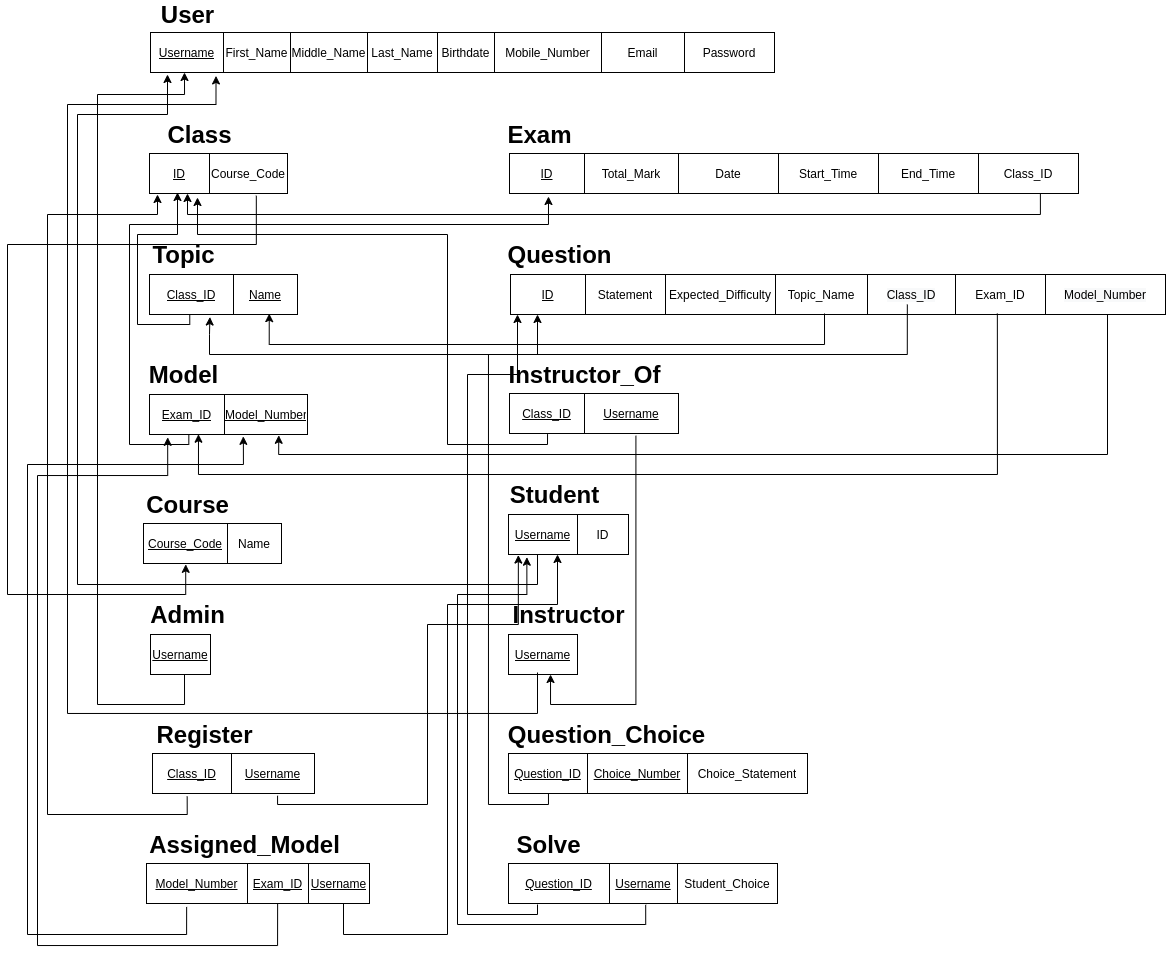
aymanred121/Examination-Management-System keeps this draw.io diagram as Database Design/schema.png. Above is the earlier version. Source tidied: cells renumbered, new cells last; positions are measured from the earlier drawing's top-left corner, leaving out a move shared by most shapes.
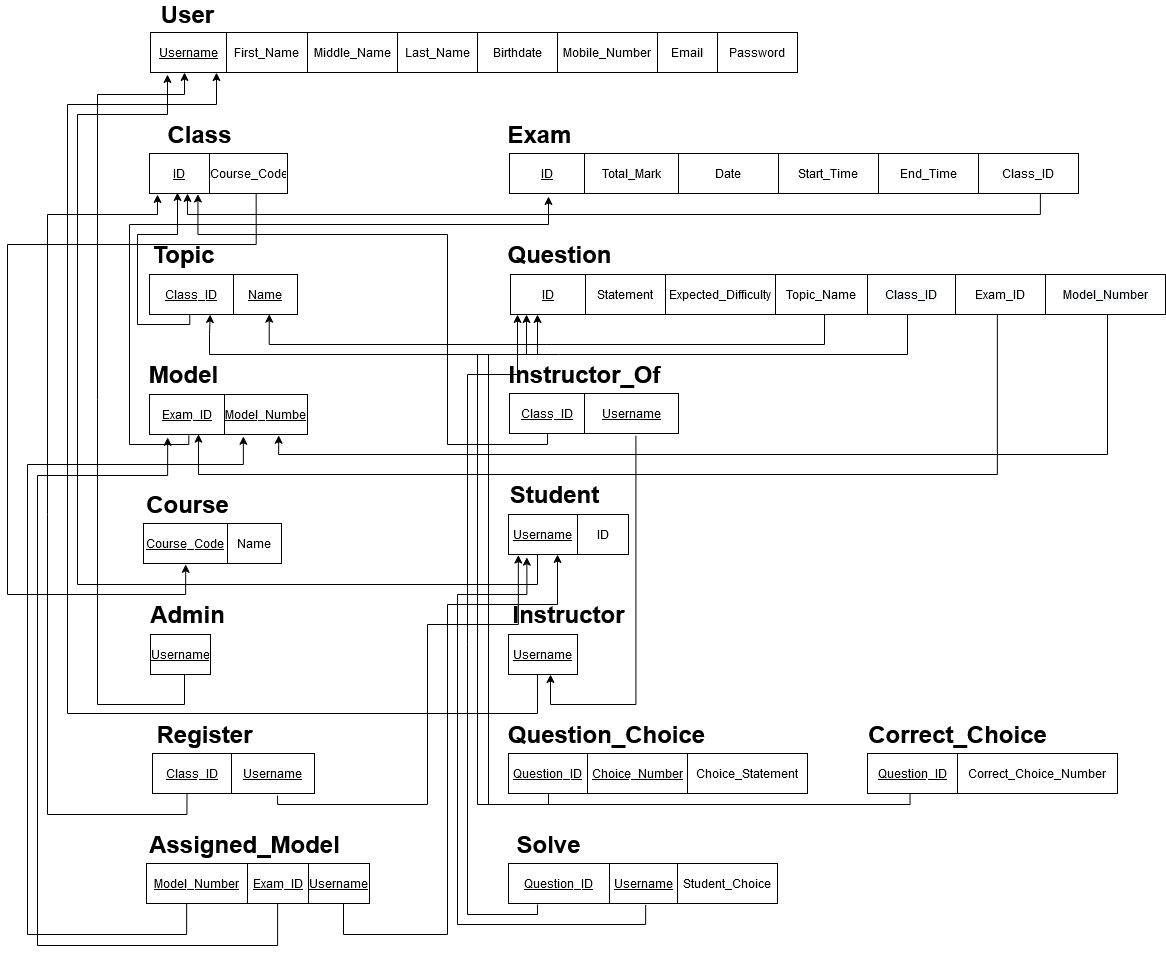
After the commit.

Commit message:
Added correctChoice Table to Schema.png

The edit, as a diff of the source:
```diff
@@ -3,34 +3,34 @@
     <mxCell id="0" />
     <mxCell id="1" parent="0" />
     <mxCell id="2" style="shape=table;html=1;whiteSpace=wrap;startSize=0;" parent="1" vertex="1">
-      <mxGeometry x="143" y="28" width="624" height="40" as="geometry" />
+      <mxGeometry x="143" y="28" width="647" height="40" as="geometry" />
     </mxCell>
     <mxCell id="3" style="shape=partialRectangle;html=1;whiteSpace=wrap;fillColor=none;top=0;left=0;bottom=0;right=0;points=[[0,0.5],[1,0.5]];portConstraint=eastwest;" parent="2" vertex="1">
-      <mxGeometry width="624" height="40" as="geometry" />
+      <mxGeometry width="647" height="40" as="geometry" />
     </mxCell>
     <mxCell id="4" value="&lt;u&gt;Username&lt;/u&gt;" style="shape=partialRectangle;html=1;whiteSpace=wrap;overflow=hidden;fillColor=none;top=0;left=0;bottom=0;right=0;" parent="3" vertex="1">
-      <mxGeometry width="73" height="40" as="geometry" />
+      <mxGeometry width="76" height="40" as="geometry" />
     </mxCell>
     <mxCell id="5" value="First_Name" style="shape=partialRectangle;html=1;whiteSpace=wrap;overflow=hidden;fillColor=none;top=0;left=0;bottom=0;right=0;" parent="3" vertex="1">
-      <mxGeometry x="73" width="67" height="40" as="geometry" />
+      <mxGeometry x="76" width="81" height="40" as="geometry" />
     </mxCell>
     <mxCell id="6" value="Middle_Name" style="shape=partialRectangle;html=1;whiteSpace=wrap;overflow=hidden;fillColor=none;top=0;left=0;bottom=0;right=0;" parent="3" vertex="1">
-      <mxGeometry x="140" width="77" height="40" as="geometry" />
+      <mxGeometry x="157" width="90" height="40" as="geometry" />
     </mxCell>
     <mxCell id="7" value="Last_Name" style="shape=partialRectangle;html=1;whiteSpace=wrap;overflow=hidden;fillColor=none;top=0;left=0;bottom=0;right=0;" parent="3" vertex="1">
-      <mxGeometry x="217" width="70" height="40" as="geometry" />
+      <mxGeometry x="247" width="80" height="40" as="geometry" />
     </mxCell>
     <mxCell id="8" value="Birthdate" style="shape=partialRectangle;html=1;whiteSpace=wrap;overflow=hidden;fillColor=none;top=0;left=0;bottom=0;right=0;" parent="3" vertex="1">
-      <mxGeometry x="287" width="57" height="40" as="geometry" />
+      <mxGeometry x="327" width="80" height="40" as="geometry" />
     </mxCell>
     <mxCell id="9" value="Mobile_Number" style="shape=partialRectangle;html=1;whiteSpace=wrap;overflow=hidden;fillColor=none;top=0;left=0;bottom=0;right=0;" parent="3" vertex="1">
-      <mxGeometry x="344" width="107" height="40" as="geometry" />
+      <mxGeometry x="407" width="100" height="40" as="geometry" />
     </mxCell>
     <mxCell id="10" value="Email" style="shape=partialRectangle;html=1;whiteSpace=wrap;overflow=hidden;fillColor=none;top=0;left=0;bottom=0;right=0;" parent="3" vertex="1">
-      <mxGeometry x="451" width="83" height="40" as="geometry" />
+      <mxGeometry x="507" width="60" height="40" as="geometry" />
     </mxCell>
     <mxCell id="11" value="Password" style="shape=partialRectangle;html=1;whiteSpace=wrap;overflow=hidden;fillColor=none;top=0;left=0;bottom=0;right=0;" parent="3" vertex="1">
-      <mxGeometry x="534" width="90" height="40" as="geometry" />
+      <mxGeometry x="567" width="80" height="40" as="geometry" />
     </mxCell>
     <mxCell id="12" value="&lt;font style=&quot;font-size: 24px&quot;&gt;&lt;b&gt;User&lt;/b&gt;&lt;/font&gt;" style="text;html=1;align=center;verticalAlign=middle;" parent="1" vertex="1">
       <mxGeometry x="145" width="70" height="20" as="geometry" />
@@ -239,18 +239,16 @@
         </Array>
       </mxGeometry>
     </mxCell>
-    <mxCell id="73" style="edgeStyle=orthogonalEdgeStyle;rounded=0;jettySize=auto;html=1;entryX=0.809;entryY=0.978;entryDx=0;entryDy=0;entryPerimeter=0;" parent="1" edge="1" target="53">
+    <mxCell id="73" style="edgeStyle=orthogonalEdgeStyle;rounded=0;jettySize=auto;html=1;entryX=0.809;entryY=0.992;entryDx=0;entryDy=0;entryPerimeter=0;exitX=0.587;exitY=1.005;exitDx=0;exitDy=0;exitPerimeter=0;" parent="1" edge="1" source="14" target="52">
       <mxGeometry relative="1" as="geometry">
-        <mxPoint x="817" y="309" as="sourcePoint" />
         <Array as="points">
           <mxPoint x="817" y="340" />
           <mxPoint x="262" y="340" />
         </Array>
       </mxGeometry>
     </mxCell>
-    <mxCell id="74" style="edgeStyle=orthogonalEdgeStyle;rounded=0;jettySize=auto;html=1;exitX=0.225;exitY=1.015;exitDx=0;exitDy=0;exitPerimeter=0;" parent="1" edge="1" source="37">
+    <mxCell id="74" style="edgeStyle=orthogonalEdgeStyle;rounded=0;jettySize=auto;html=1;exitX=0.225;exitY=1.015;exitDx=0;exitDy=0;exitPerimeter=0;entryX=0.351;entryY=1.013;entryDx=0;entryDy=0;entryPerimeter=0;" parent="1" edge="1" source="37" target="60">
       <mxGeometry relative="1" as="geometry">
-        <mxPoint x="190" y="193" as="targetPoint" />
         <Array as="points">
           <mxPoint x="540" y="440" />
           <mxPoint x="440" y="440" />
@@ -300,9 +298,8 @@
         </Array>
       </mxGeometry>
     </mxCell>
-    <mxCell id="79" style="edgeStyle=orthogonalEdgeStyle;rounded=0;jettySize=auto;html=1;entryX=0.105;entryY=1.086;entryDx=0;entryDy=0;entryPerimeter=0;" parent="1" edge="1" target="3">
+    <mxCell id="79" style="edgeStyle=orthogonalEdgeStyle;rounded=0;jettySize=auto;html=1;entryX=0.102;entryY=1.002;entryDx=0;entryDy=0;entryPerimeter=0;exitX=0.42;exitY=0.997;exitDx=0;exitDy=0;exitPerimeter=0;" parent="1" edge="1" source="57" target="2">
       <mxGeometry relative="1" as="geometry">
-        <mxPoint x="530" y="668" as="sourcePoint" />
         <Array as="points">
           <mxPoint x="530" y="709" />
           <mxPoint x="60" y="709" />
@@ -326,11 +323,11 @@
     <mxCell id="84" value="&lt;font size=&quot;1&quot;&gt;&lt;b style=&quot;font-size: 24px&quot;&gt;Register&lt;/b&gt;&lt;/font&gt;" style="text;html=1;align=center;verticalAlign=middle;" parent="1" vertex="1">
       <mxGeometry x="142" y="720" width="110" height="20" as="geometry" />
     </mxCell>
-    <mxCell id="85" style="edgeStyle=orthogonalEdgeStyle;rounded=0;jettySize=auto;html=1;exitX=0.214;exitY=1.075;exitDx=0;exitDy=0;exitPerimeter=0;" parent="1" edge="1" source="81">
+    <mxCell id="85" style="edgeStyle=orthogonalEdgeStyle;rounded=0;jettySize=auto;html=1;exitX=0.213;exitY=0.998;exitDx=0;exitDy=0;exitPerimeter=0;" parent="1" edge="1" source="81">
       <mxGeometry relative="1" as="geometry">
         <mxPoint x="150" y="190" as="targetPoint" />
         <Array as="points">
-          <mxPoint x="180" y="810" />
+          <mxPoint x="179" y="810" />
           <mxPoint x="40" y="810" />
           <mxPoint x="40" y="210" />
           <mxPoint x="150" y="210" />
@@ -385,7 +382,7 @@
         </Array>
       </mxGeometry>
     </mxCell>
-    <mxCell id="99" style="edgeStyle=orthogonalEdgeStyle;rounded=0;jettySize=auto;html=1;exitX=0.18;exitY=1.086;exitDx=0;exitDy=0;entryX=0.594;entryY=1.046;entryDx=0;entryDy=0;entryPerimeter=0;exitPerimeter=0;" parent="1" edge="1" source="87" target="28">
+    <mxCell id="99" style="edgeStyle=orthogonalEdgeStyle;rounded=0;jettySize=auto;html=1;exitX=0.18;exitY=1.008;exitDx=0;exitDy=0;entryX=0.594;entryY=1.046;entryDx=0;entryDy=0;entryPerimeter=0;exitPerimeter=0;" parent="1" edge="1" source="87" target="28">
       <mxGeometry relative="1" as="geometry">
         <Array as="points">
           <mxPoint x="179" y="930" />
@@ -451,7 +448,7 @@
     <mxCell id="108" value="Name" style="shape=partialRectangle;html=1;whiteSpace=wrap;overflow=hidden;fillColor=none;top=0;left=0;bottom=0;right=0;" parent="106" vertex="1">
       <mxGeometry x="84" width="54" height="40" as="geometry" />
     </mxCell>
-    <mxCell id="109" style="edgeStyle=orthogonalEdgeStyle;rounded=0;jettySize=auto;html=1;exitX=0.774;exitY=1.055;exitDx=0;exitDy=0;entryX=0.306;entryY=1.021;entryDx=0;entryDy=0;entryPerimeter=0;exitPerimeter=0;" parent="1" edge="1" source="60" target="106">
+    <mxCell id="109" style="edgeStyle=orthogonalEdgeStyle;rounded=0;jettySize=auto;html=1;exitX=0.773;exitY=0.998;exitDx=0;exitDy=0;entryX=0.306;entryY=1.021;entryDx=0;entryDy=0;entryPerimeter=0;exitPerimeter=0;" parent="1" edge="1" source="60" target="106">
       <mxGeometry relative="1" as="geometry">
         <Array as="points">
           <mxPoint x="249" y="240" />
@@ -470,7 +467,7 @@
         </Array>
       </mxGeometry>
     </mxCell>
-    <mxCell id="111" style="edgeStyle=orthogonalEdgeStyle;rounded=0;jettySize=auto;html=1;entryX=0.31;entryY=0.993;entryDx=0;entryDy=0;entryPerimeter=0;exitX=0.91;exitY=0.975;exitDx=0;exitDy=0;exitPerimeter=0;" parent="1" edge="1" source="14" target="28">
+    <mxCell id="111" style="edgeStyle=orthogonalEdgeStyle;rounded=0;jettySize=auto;html=1;entryX=0.31;entryY=0.993;entryDx=0;entryDy=0;entryPerimeter=0;exitX=0.91;exitY=1.002;exitDx=0;exitDy=0;exitPerimeter=0;" parent="1" edge="1" source="14" target="28">
       <mxGeometry relative="1" as="geometry">
         <Array as="points">
           <mxPoint x="990" y="470" />
@@ -484,16 +481,42 @@
     <mxCell id="113" value="&lt;span style=&quot;color: rgb(0 , 0 , 0) ; font-family: &amp;#34;helvetica&amp;#34; ; font-size: 12px ; font-style: normal ; font-weight: 400 ; letter-spacing: normal ; text-align: center ; text-indent: 0px ; text-transform: none ; word-spacing: 0px ; background-color: rgb(248 , 249 , 250)&quot;&gt;Class_ID&lt;/span&gt;" style="shape=partialRectangle;html=1;whiteSpace=wrap;overflow=hidden;fillColor=none;top=0;left=0;bottom=0;right=0;" parent="1" vertex="1">
       <mxGeometry x="860" y="270" width="88" height="40" as="geometry" />
     </mxCell>
-    <mxCell id="114" style="edgeStyle=orthogonalEdgeStyle;rounded=0;jettySize=auto;html=1;entryX=0.408;entryY=1.063;entryDx=0;entryDy=0;entryPerimeter=0;" parent="1" edge="1" target="53">
+    <mxCell id="114" style="edgeStyle=orthogonalEdgeStyle;rounded=0;jettySize=auto;html=1;entryX=0.41;entryY=1;entryDx=0;entryDy=0;entryPerimeter=0;" parent="1" edge="1" target="53">
       <mxGeometry relative="1" as="geometry">
-        <mxPoint x="899.8" y="300" as="sourcePoint" />
+        <mxPoint x="900" y="310" as="sourcePoint" />
         <Array as="points">
           <mxPoint x="900" y="350" />
           <mxPoint x="202" y="350" />
           <mxPoint x="202" y="330" />
-          <mxPoint x="202" y="330" />
+          <mxPoint x="203" y="330" />
         </Array>
       </mxGeometry>
     </mxCell>
+    <mxCell id="115" style="shape=table;html=1;whiteSpace=wrap;startSize=0;" parent="1" vertex="1">
+      <mxGeometry x="860" y="749" width="250" height="40" as="geometry" />
+    </mxCell>
+    <mxCell id="116" style="shape=partialRectangle;html=1;whiteSpace=wrap;fillColor=none;top=0;left=0;bottom=0;right=0;points=[[0,0.5],[1,0.5]];portConstraint=eastwest;" parent="115" vertex="1">
+      <mxGeometry width="250" height="40" as="geometry" />
+    </mxCell>
+    <mxCell id="117" value="&lt;u&gt;Question_ID&lt;/u&gt;" style="shape=partialRectangle;html=1;whiteSpace=wrap;overflow=hidden;fillColor=none;top=0;left=0;bottom=0;right=0;" parent="116" vertex="1">
+      <mxGeometry width="90" height="40" as="geometry" />
+    </mxCell>
+    <mxCell id="118" value="Correct_Choice_Number" style="shape=partialRectangle;html=1;whiteSpace=wrap;overflow=hidden;fillColor=none;top=0;left=0;bottom=0;right=0;" parent="116" vertex="1">
+      <mxGeometry x="90" width="160" height="40" as="geometry" />
+    </mxCell>
+    <mxCell id="119" value="&lt;font size=&quot;1&quot;&gt;&lt;b style=&quot;font-size: 24px&quot;&gt;Correct_Choice&lt;/b&gt;&lt;/font&gt;" style="text;html=1;align=center;verticalAlign=middle;" parent="1" vertex="1">
+      <mxGeometry x="855" y="720" width="190" height="20" as="geometry" />
+    </mxCell>
+    <mxCell id="120" style="edgeStyle=orthogonalEdgeStyle;rounded=0;jettySize=auto;html=1;exitX=0.17;exitY=0.995;exitDx=0;exitDy=0;exitPerimeter=0;" parent="1" edge="1" source="116">
+      <mxGeometry relative="1" as="geometry">
+        <mxPoint x="519" y="310" as="targetPoint" />
+        <Array as="points">
+          <mxPoint x="902" y="800" />
+          <mxPoint x="470" y="800" />
+          <mxPoint x="470" y="350" />
+          <mxPoint x="519" y="350" />
+        </Array>
+      </mxGeometry>
+    </mxCell>
   </root>
 </mxGraphModel>
```
